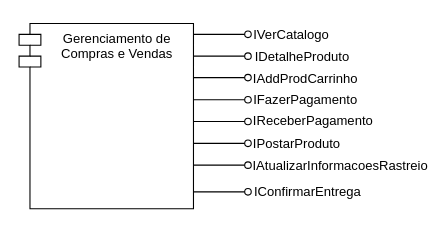
Earlier version of the draw.io diagram page "Componentes de Sistema" (6 of 9) of DiagramasDeModelagem.drawio (luca-moraes/projetoCorintoModelagem). Source tidied: cells renumbered, new cells numbered last; positions are measured from the earlier drawing's top-left corner, leaving out a move shared by most shapes. Both pictures are drawn from the tidied source at 109%, with x=0, y=0 at pixel (19, 19).
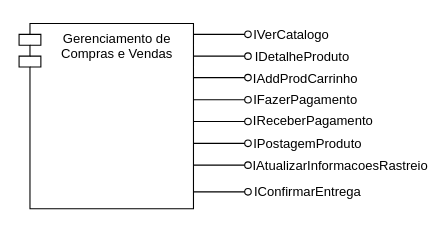
The same diagram, later.

Change to the diagram source:
```diff
@@
-    <mxCell id="16" value="IPostarProduto" style="text;html=1;strokeColor=none;fillColor=none;align=center;verticalAlign=middle;whiteSpace=wrap;rounded=0;" parent="1" vertex="1">
-      <mxGeometry x="220" y="100" width="70" height="30" as="geometry" />
+    <mxCell id="16" value="IPostagemProduto" style="text;html=1;strokeColor=none;fillColor=none;align=center;verticalAlign=middle;whiteSpace=wrap;rounded=0;" parent="1" vertex="1">
+      <mxGeometry x="230" y="100" width="70" height="30" as="geometry" />
     </mxCell>
```
